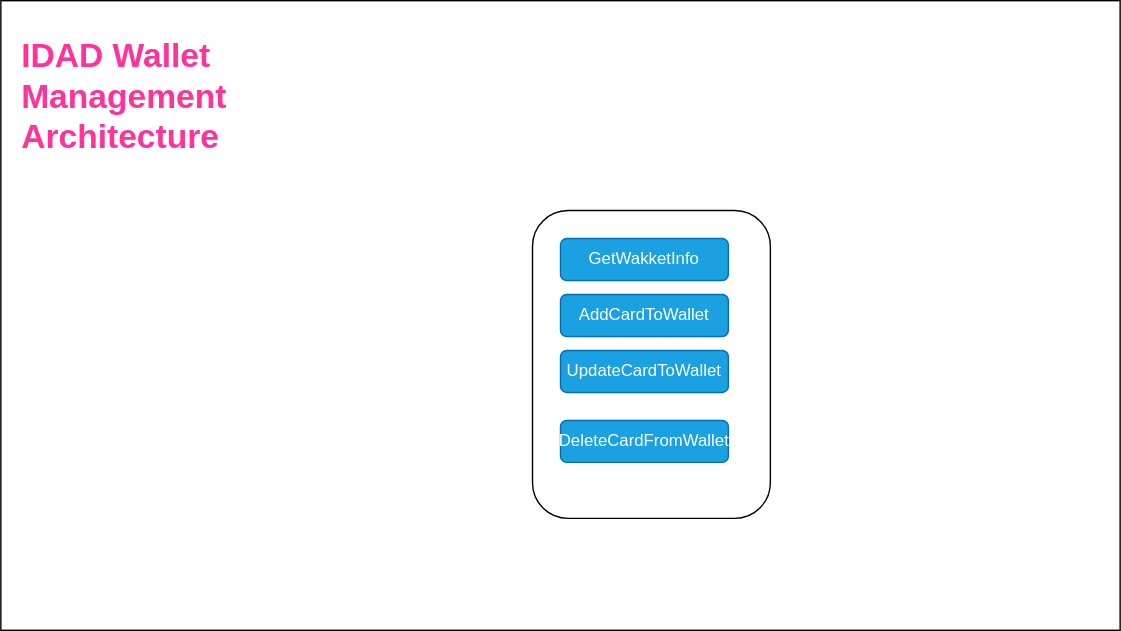
The draw.io diagram Work Samples/WF/IDAD_FLOW_BC.drawio.svg in uchiharizvi/design-diagrams, before a commit. Source tidied: cells renumbered, new cells last; positions are measured from the earlier drawing's top-left corner, leaving out a move shared by most shapes.
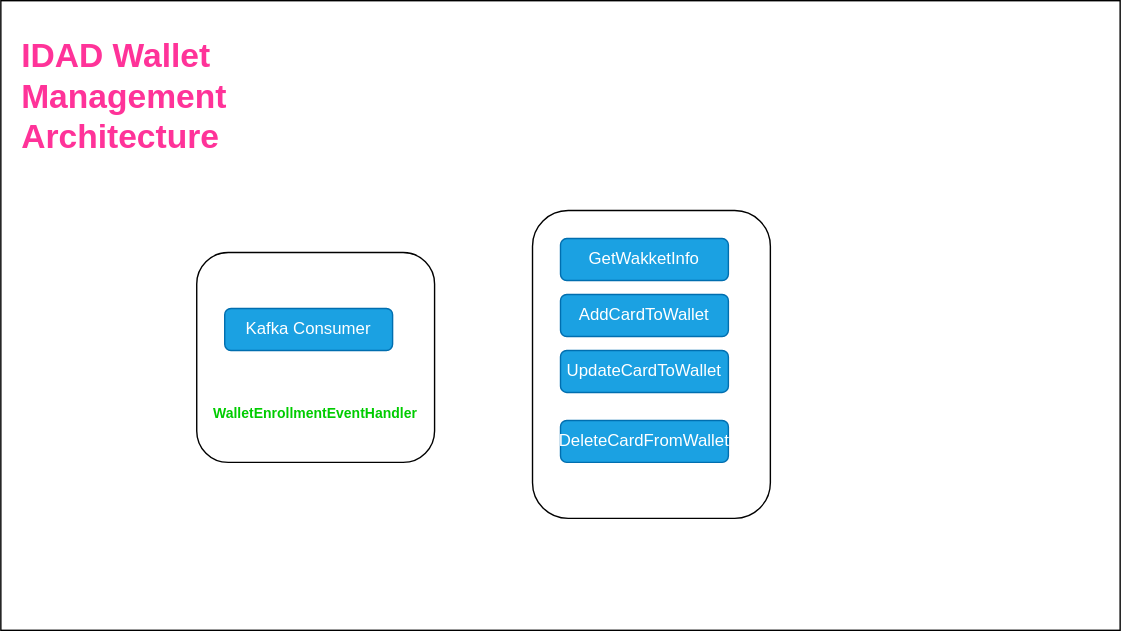
The same file after the commit.

What changed in the source:
```diff
@@ -23,5 +23,14 @@
     <mxCell id="8" value="DeleteCardFromWallet" style="rounded=1;whiteSpace=wrap;html=1;fillColor=#1ba1e2;fontColor=#ffffff;strokeColor=#006EAF;" parent="1" vertex="1">
       <mxGeometry x="400" y="300" width="120" height="30" as="geometry" />
     </mxCell>
+    <mxCell id="9" style="rounded=1;whiteSpace=wrap;html=1;" parent="1" vertex="1">
+      <mxGeometry x="140" y="180" width="170" height="150" as="geometry" />
+    </mxCell>
+    <mxCell id="10" value="Kafka Consumer" style="rounded=1;whiteSpace=wrap;html=1;fillColor=#1ba1e2;fontColor=#ffffff;strokeColor=#006EAF;" parent="1" vertex="1">
+      <mxGeometry x="160" y="220" width="120" height="30" as="geometry" />
+    </mxCell>
+    <mxCell id="11" value="&lt;font style=&quot;font-size: 10px;&quot;&gt;&lt;b&gt;WalletEnrollmentEventHandler&lt;/b&gt;&lt;/font&gt;" style="text;html=1;align=center;verticalAlign=middle;whiteSpace=wrap;rounded=0;fontColor=#00CC00;" parent="1" vertex="1">
+      <mxGeometry x="155" y="280" width="140" height="30" as="geometry" />
+    </mxCell>
   </root>
 </mxGraphModel>
```
